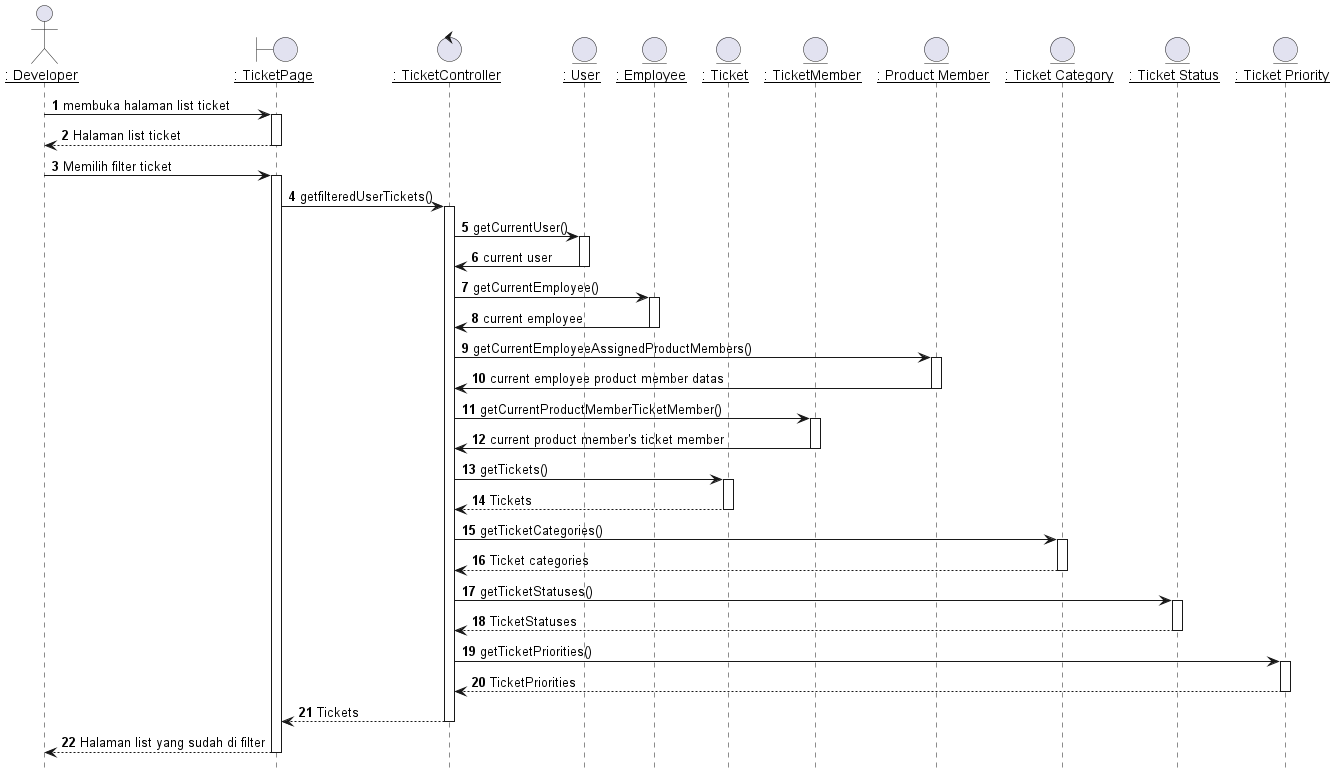
Before: out/plantuml/sequence/idev/idev2/Memfilter List Ticket.png, a diagram exported from PlantUML (TAS-PKL/Laporan-PKL-Ticketing).
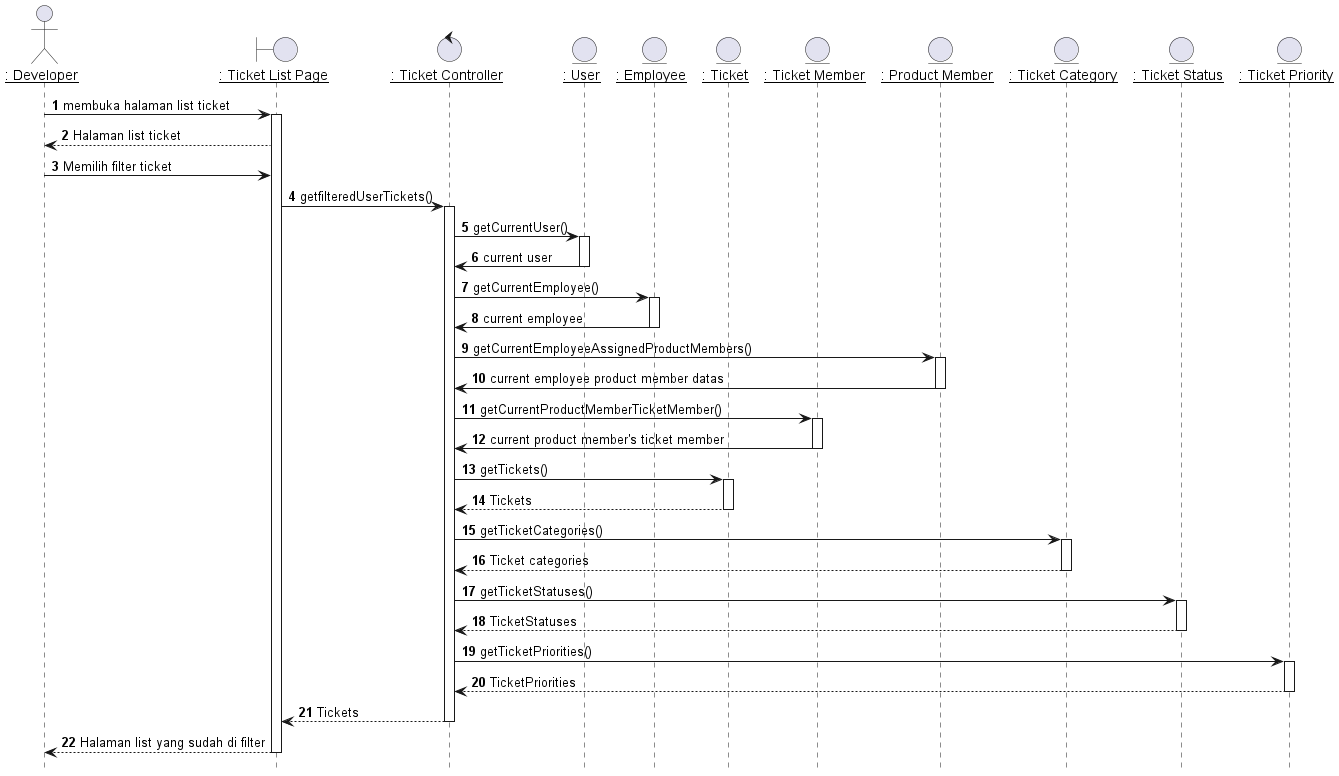
After the commit.

The edit, as a diff of the source:
```diff
@@ -4,12 +4,12 @@
 
 
 actor DEV as "__: Developer__"
-boundary TicketPage as "__: TicketPage__"
-control TicketController as "__: TicketController__"
+boundary TicketPage as "__: Ticket List Page__"
+control TicketController as "__: Ticket Controller__"
 entity Users as "__: User__"
 entity Employees as "__: Employee__"
 entity Ticket as "__: Ticket__"
-entity TicketMember as "__: TicketMember__"
+entity TicketMember as "__: Ticket Member__"
 entity ProductMembers as "__: Product Member__"
 entity TicketCategories as "__: Ticket Category__"
 entity TicketStatuses as "__: Ticket Status__"
@@ -20,10 +20,8 @@
 activate TicketPage
 
 TicketPage --> DEV : Halaman list ticket
-deactivate TicketPage
 
 DEV -> TicketPage: Memilih filter ticket
-activate TicketPage
 
 TicketPage -> TicketController: getfilteredUserTickets()
 activate TicketController
```
